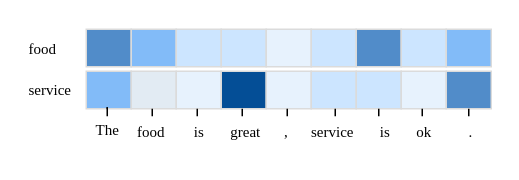
Before: SemGCNAnalysis.drawio in zhaicao/images, a draw.io diagram. Source tidied: cells renumbered, new cells numbered last; positions are measured from the earlier drawing's top-left corner, leaving out a move shared by most shapes. Both pictures are drawn from the tidied source at 150%, with x=0, y=0 at pixel (26, 26).
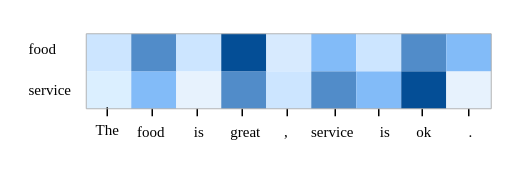
After the change.

The change refers to these unchanged cells:
```xml
<mxCell id="40" value="&lt;font style=&quot;font-size: 10px;&quot;&gt;The&lt;/font&gt;" style="text;html=1;align=center;verticalAlign=middle;points=[];strokeColor=none;fillColor=none;fontSize=10;fontFamily=Times New Roman;" parent="1" vertex="1">
  <mxGeometry x="34" y="54" width="40" height="30" as="geometry" />
</mxCell>
```

Change to the diagram source:
```diff
@@
-    <mxCell id="4" style="whiteSpace=wrap;html=1;strokeColor=#DBDBDB;fillColor=#82BBF8;fontSize=10;fontFamily=Times New Roman;" parent="1" vertex="1">
+    <mxCell id="4" style="whiteSpace=wrap;html=1;strokeColor=none;fillColor=#dbefff;fontSize=10;fontFamily=Times New Roman;" parent="1" vertex="1">
       <mxGeometry x="40" y="30" width="30" height="25" as="geometry" />
     </mxCell>
-    <mxCell id="5" style="whiteSpace=wrap;html=1;fillColor=#e2ebf3;strokeColor=#DBDBDB;fontSize=10;fontFamily=Times New Roman;" parent="1" vertex="1">
+    <mxCell id="5" style="whiteSpace=wrap;html=1;fillColor=#82BBF8;strokeColor=none;fontSize=10;fontFamily=Times New Roman;" parent="1" vertex="1">
       <mxGeometry x="70" y="30" width="30" height="25" as="geometry" />
     </mxCell>
-    <mxCell id="6" style="whiteSpace=wrap;html=1;strokeColor=#DBDBDB;fillColor=#E7F2FD;fontSize=10;fontFamily=Times New Roman;" parent="1" vertex="1">
+    <mxCell id="6" style="whiteSpace=wrap;html=1;strokeColor=none;fillColor=#E7F2FD;fontSize=10;fontFamily=Times New Roman;" parent="1" vertex="1">
       <mxGeometry x="100" y="30" width="30" height="25" as="geometry" />
     </mxCell>
-    <mxCell id="7" style="whiteSpace=wrap;html=1;fillColor=#044E96;strokeColor=#DBDBDB;fontSize=10;fontFamily=Times New Roman;" parent="1" vertex="1">
+    <mxCell id="7" style="whiteSpace=wrap;html=1;fillColor=#518CC9;strokeColor=none;fontSize=10;fontFamily=Times New Roman;" parent="1" vertex="1">
       <mxGeometry x="130" y="30" width="30" height="25" as="geometry" />
     </mxCell>
-    <mxCell id="8" style="whiteSpace=wrap;html=1;strokeColor=#DBDBDB;fillColor=#E7F2FD;fontSize=10;fontFamily=Times New Roman;" parent="1" vertex="1">
+    <mxCell id="8" style="whiteSpace=wrap;html=1;strokeColor=none;fillColor=#CCE5FF;fontSize=10;fontFamily=Times New Roman;" parent="1" vertex="1">
       <mxGeometry x="160" y="30" width="30" height="25" as="geometry" />
     </mxCell>
-    <mxCell id="9" style="whiteSpace=wrap;html=1;fillColor=#CCE5FF;strokeColor=#DBDBDB;fontSize=10;fontFamily=Times New Roman;" parent="1" vertex="1">
+    <mxCell id="9" style="whiteSpace=wrap;html=1;fillColor=#518CC9;strokeColor=none;fontSize=10;fontFamily=Times New Roman;" parent="1" vertex="1">
       <mxGeometry x="190" y="30" width="30" height="25" as="geometry" />
     </mxCell>
-    <mxCell id="10" style="whiteSpace=wrap;html=1;strokeColor=#DBDBDB;fillColor=#CCE5FF;fontSize=10;fontFamily=Times New Roman;" parent="1" vertex="1">
+    <mxCell id="10" style="whiteSpace=wrap;html=1;strokeColor=none;fillColor=#82BBF8;fontSize=10;fontFamily=Times New Roman;" parent="1" vertex="1">
       <mxGeometry x="220" y="30" width="30" height="25" as="geometry" />
     </mxCell>
-    <mxCell id="11" style="whiteSpace=wrap;html=1;fillColor=#E7F2FD;strokeColor=#DBDBDB;fontSize=10;fontFamily=Times New Roman;" parent="1" vertex="1">
+    <mxCell id="11" style="whiteSpace=wrap;html=1;fillColor=#044E96;strokeColor=none;fontSize=10;fontFamily=Times New Roman;" parent="1" vertex="1">
       <mxGeometry x="250" y="30" width="30" height="25" as="geometry" />
     </mxCell>
-    <mxCell id="12" style="whiteSpace=wrap;html=1;strokeColor=#DBDBDB;fillColor=#518CC9;fontSize=10;fontFamily=Times New Roman;" parent="1" vertex="1">
+    <mxCell id="12" style="whiteSpace=wrap;html=1;strokeColor=none;fillColor=#E7F2FD;fontSize=10;fontFamily=Times New Roman;" parent="1" vertex="1">
       <mxGeometry x="280" y="30" width="30" height="25" as="geometry" />
     </mxCell>
@@
-    <mxCell id="21" style="endArrow=none;html=1;rounded=0;fontFamily=Times New Roman;fontSize=11;" parent="1" edge="1" source="40">
+    <mxCell id="21" style="endArrow=none;html=1;rounded=0;fontFamily=Times New Roman;fontSize=11;strokeColor=none;" parent="1" edge="1" source="40">
       <mxGeometry relative="1" as="geometry">
         <mxPoint x="54" y="55" as="targetPoint" />
       </mxGeometry>
     </mxCell>
@@
-    <mxCell id="30" style="whiteSpace=wrap;html=1;strokeColor=#DBDBDB;fillColor=#518CC9;fontSize=10;fontFamily=Times New Roman;" parent="1" vertex="1">
-      <mxGeometry x="40" y="2" width="30" height="25" as="geometry" />
+    <mxCell id="30" style="whiteSpace=wrap;html=1;strokeColor=none;fillColor=#CCE5FF;fontSize=10;fontFamily=Times New Roman;rounded=0;" parent="1" vertex="1">
+      <mxGeometry x="40" y="5" width="30" height="25" as="geometry" />
     </mxCell>
-    <mxCell id="31" style="whiteSpace=wrap;html=1;fillColor=#82BBF8;strokeColor=#DBDBDB;fontSize=10;fontFamily=Times New Roman;" parent="1" vertex="1">
-      <mxGeometry x="70" y="2" width="30" height="25" as="geometry" />
+    <mxCell id="31" style="whiteSpace=wrap;html=1;fillColor=#518CC9;strokeColor=none;fontSize=10;fontFamily=Times New Roman;rounded=0;" parent="1" vertex="1">
+      <mxGeometry x="70" y="5" width="30" height="25" as="geometry" />
     </mxCell>
-    <mxCell id="32" style="whiteSpace=wrap;html=1;strokeColor=#DBDBDB;fillColor=#cce5ff;fontSize=10;fontFamily=Times New Roman;" parent="1" vertex="1">
-      <mxGeometry x="100" y="2" width="30" height="25" as="geometry" />
+    <mxCell id="32" style="whiteSpace=wrap;html=1;strokeColor=none;fillColor=#cce5ff;fontSize=10;fontFamily=Times New Roman;rounded=0;" parent="1" vertex="1">
+      <mxGeometry x="100" y="5" width="30" height="25" as="geometry" />
     </mxCell>
-    <mxCell id="33" style="whiteSpace=wrap;html=1;fillColor=#cce5ff;strokeColor=#DBDBDB;fontSize=10;fontFamily=Times New Roman;" parent="1" vertex="1">
-      <mxGeometry x="130" y="2" width="30" height="25" as="geometry" />
+    <mxCell id="33" style="whiteSpace=wrap;html=1;fillColor=#044E96;strokeColor=none;fontSize=10;fontFamily=Times New Roman;rounded=0;" parent="1" vertex="1">
+      <mxGeometry x="130" y="5" width="30" height="25" as="geometry" />
     </mxCell>
-    <mxCell id="34" style="whiteSpace=wrap;html=1;strokeColor=#DBDBDB;fillColor=#e7f2fd;fontSize=10;fontFamily=Times New Roman;" parent="1" vertex="1">
-      <mxGeometry x="160" y="2" width="30" height="25" as="geometry" />
+    <mxCell id="34" style="whiteSpace=wrap;html=1;strokeColor=none;fillColor=#d7eafe;fontSize=10;fontFamily=Times New Roman;rounded=0;" parent="1" vertex="1">
+      <mxGeometry x="160" y="5" width="30" height="25" as="geometry" />
     </mxCell>
-    <mxCell id="35" style="whiteSpace=wrap;html=1;fillColor=#CCE5FF;strokeColor=#DBDBDB;fontSize=10;fontFamily=Times New Roman;" parent="1" vertex="1">
-      <mxGeometry x="190" y="2" width="30" height="25" as="geometry" />
+    <mxCell id="35" style="whiteSpace=wrap;html=1;fillColor=#82BBF8;strokeColor=none;fontSize=10;fontFamily=Times New Roman;rounded=0;" parent="1" vertex="1">
+      <mxGeometry x="190" y="5" width="30" height="25" as="geometry" />
     </mxCell>
-    <mxCell id="36" style="whiteSpace=wrap;html=1;strokeColor=#DBDBDB;fillColor=#518CC9;fontSize=10;fontFamily=Times New Roman;" parent="1" vertex="1">
-      <mxGeometry x="220" y="2" width="30" height="25" as="geometry" />
+    <mxCell id="36" style="whiteSpace=wrap;html=1;strokeColor=none;fillColor=#CCE5FF;fontSize=10;fontFamily=Times New Roman;rounded=0;" parent="1" vertex="1">
+      <mxGeometry x="220" y="5" width="30" height="25" as="geometry" />
     </mxCell>
-    <mxCell id="37" style="whiteSpace=wrap;html=1;fillColor=#cce5ff;strokeColor=#DBDBDB;fontSize=10;fontFamily=Times New Roman;" parent="1" vertex="1">
-      <mxGeometry x="250" y="2" width="30" height="25" as="geometry" />
+    <mxCell id="37" style="whiteSpace=wrap;html=1;fillColor=#518CC9;strokeColor=none;fontSize=10;fontFamily=Times New Roman;rounded=0;" parent="1" vertex="1">
+      <mxGeometry x="250" y="5" width="30" height="25" as="geometry" />
     </mxCell>
-    <mxCell id="38" style="whiteSpace=wrap;html=1;strokeColor=#DBDBDB;fillColor=#82BBF8;fontSize=10;fontFamily=Times New Roman;" parent="1" vertex="1">
-      <mxGeometry x="280" y="2" width="30" height="25" as="geometry" />
+    <mxCell id="38" style="whiteSpace=wrap;html=1;strokeColor=none;fillColor=#82BBF8;fontSize=10;fontFamily=Times New Roman;rounded=0;" parent="1" vertex="1">
+      <mxGeometry x="280" y="5" width="30" height="25" as="geometry" />
     </mxCell>
@@
+    <mxCell id="41" style="endArrow=none;html=1;rounded=0;exitX=0;exitY=0;exitDx=0;exitDy=0;entryX=1;entryY=0;entryDx=0;entryDy=0;strokeColor=#adadad;strokeWidth=0.6;" parent="1" edge="1" source="30" target="38">
+      <mxGeometry relative="1" as="geometry" />
+    </mxCell>
+    <mxCell id="42" style="endArrow=none;html=1;rounded=0;exitX=1;exitY=1;exitDx=0;exitDy=0;entryX=1;entryY=0;entryDx=0;entryDy=0;strokeColor=#adadad;strokeWidth=0.6;" parent="1" edge="1" source="12" target="38">
+      <mxGeometry relative="1" as="geometry" />
+    </mxCell>
+    <mxCell id="43" style="endArrow=none;html=1;rounded=0;strokeColor=#adadad;strokeWidth=0.6;exitX=1;exitY=1;exitDx=0;exitDy=0;entryX=0;entryY=1;entryDx=0;entryDy=0;" parent="1" edge="1" source="12" target="4">
+      <mxGeometry relative="1" as="geometry" />
+    </mxCell>
+    <mxCell id="44" style="endArrow=none;html=1;rounded=0;exitX=0;exitY=0;exitDx=0;exitDy=0;entryX=0;entryY=1;entryDx=0;entryDy=0;strokeColor=#adadad;strokeWidth=0.6;" parent="1" edge="1" source="30" target="4">
+      <mxGeometry relative="1" as="geometry" />
+    </mxCell>
```
